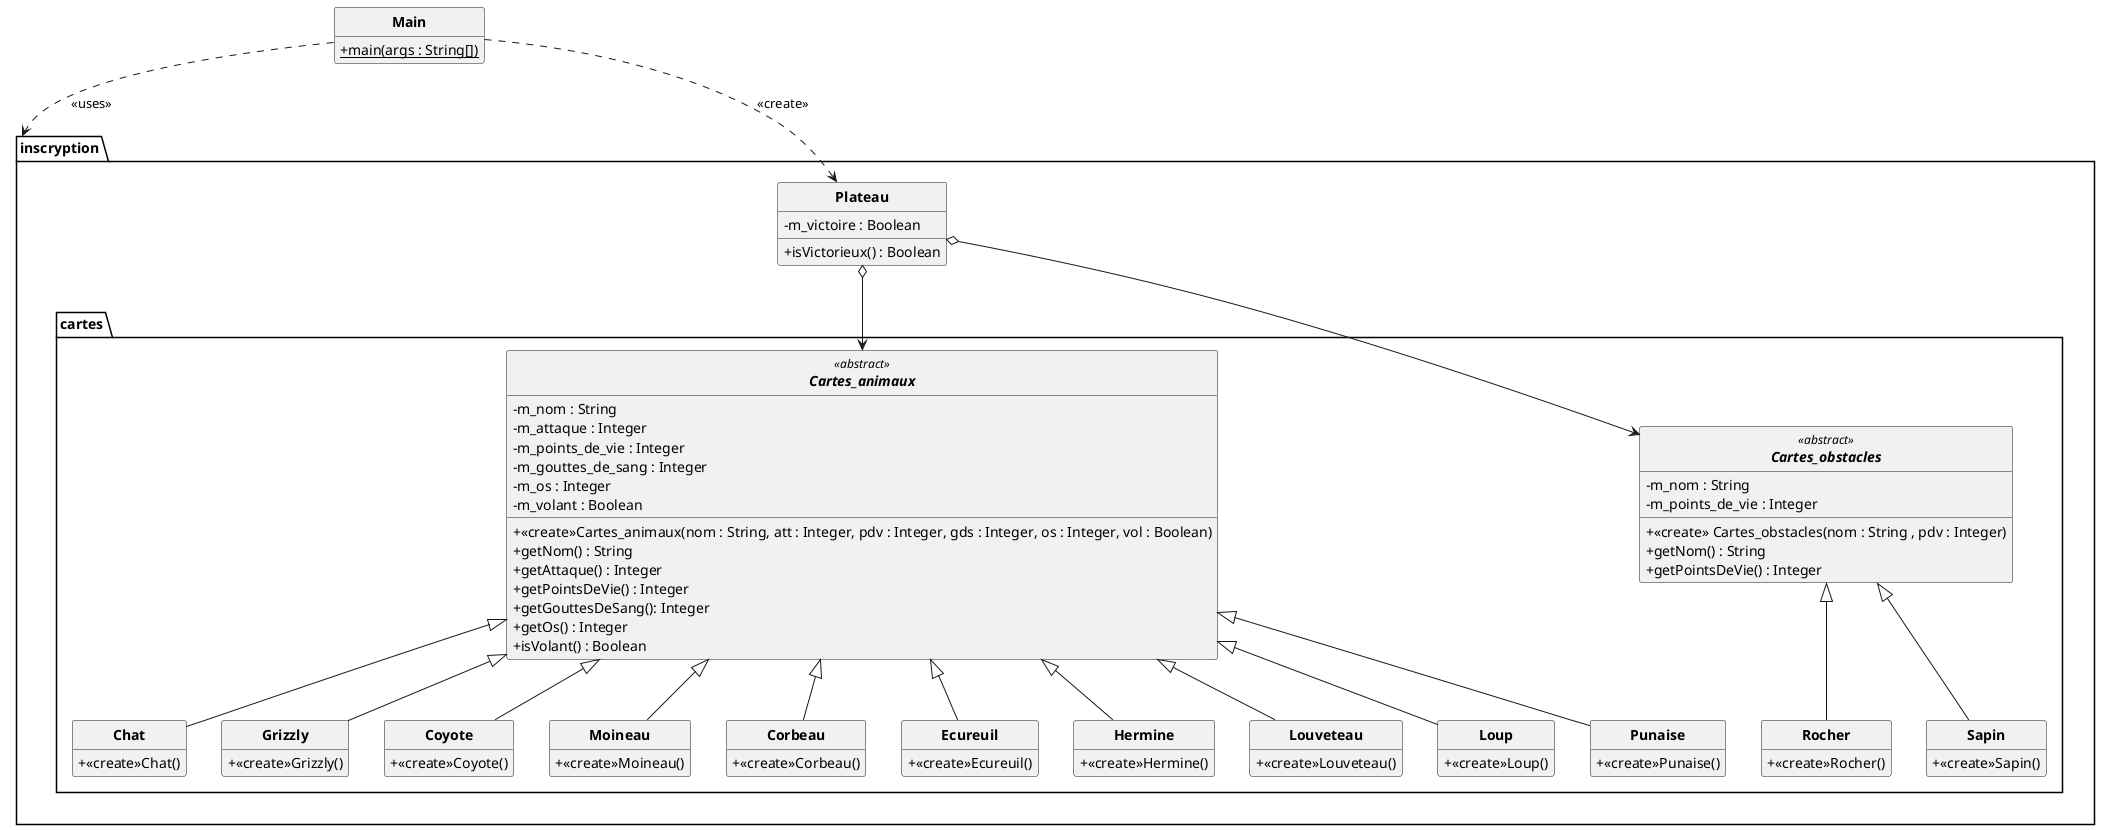
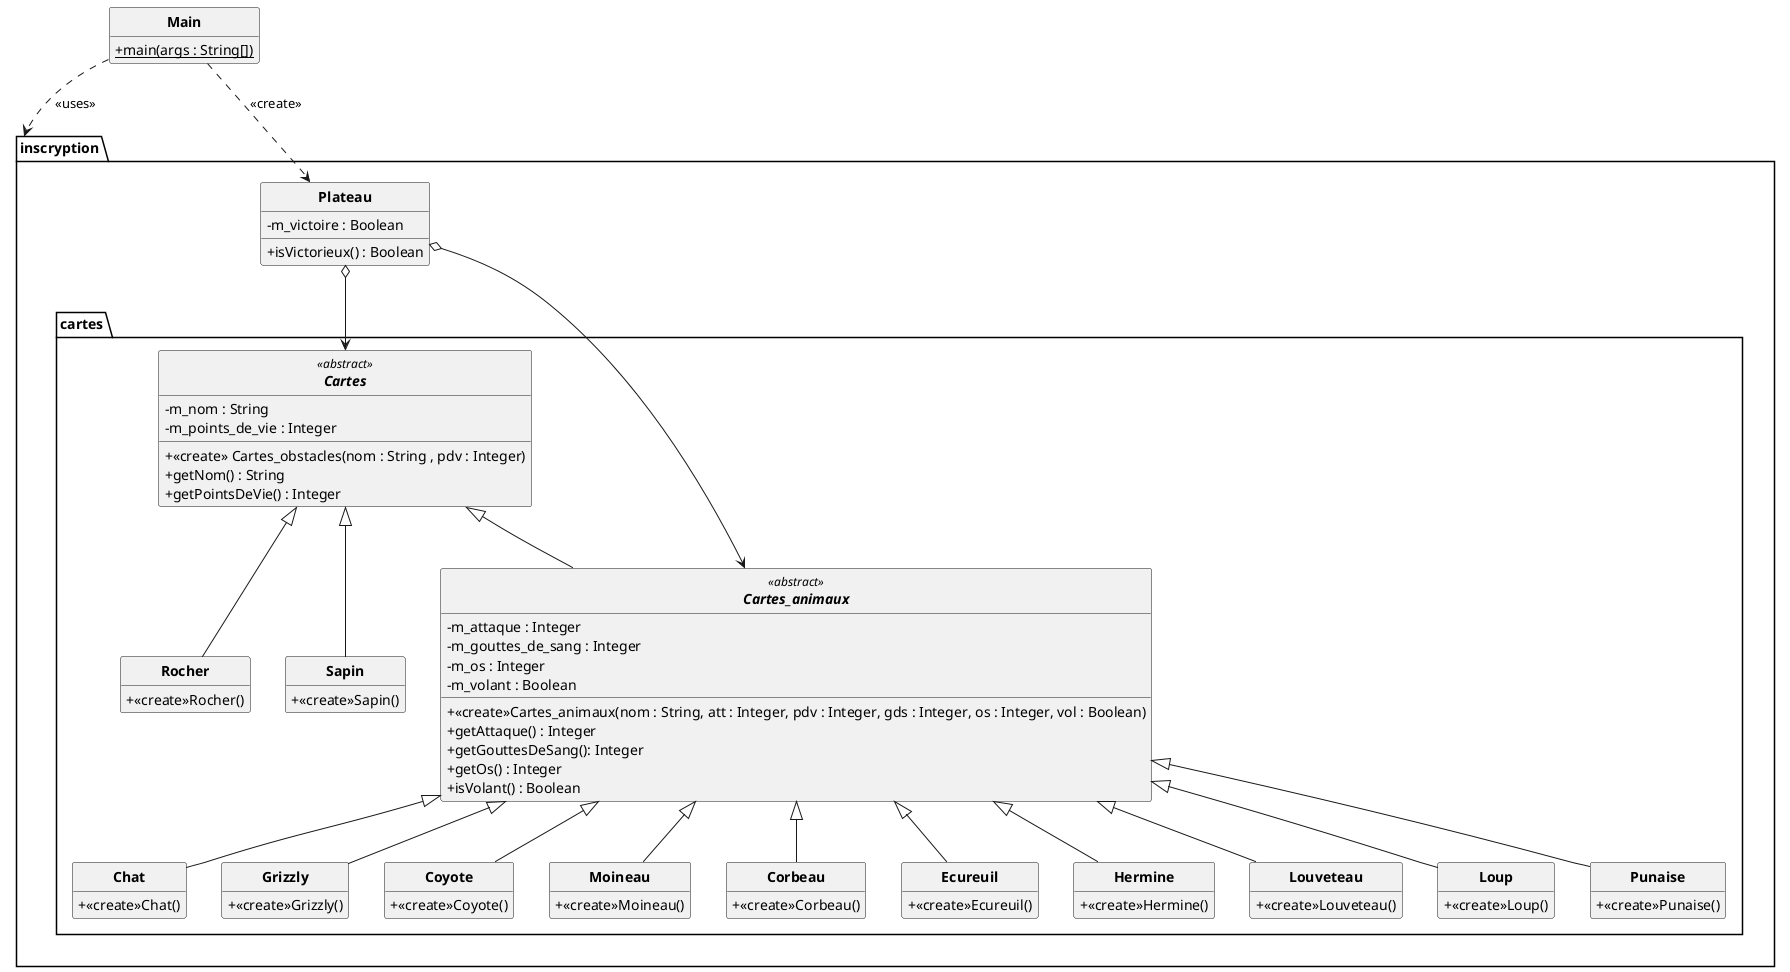
@startuml
'https://plantuml.com/class-diagram

skinparam classAttributeIconSize 0
skinparam classFontStyle Bold
skinparam style strictuml
hide empty members

class Main {
    +{static}main(args : String[])
}

package inscryption
{
    class Plateau {
        -m_victoire : Boolean
        +isVictorieux() : Boolean

    }

    package cartes {
-         abstract class Cartes_animaux <<abstract>>{
-         -m_nom : String
+ 
+         abstract class Cartes <<abstract>>{
+             -m_nom : String
+             -m_points_de_vie : Integer
+             +<<create>> Cartes_obstacles(nom : String , pdv : Integer)
+             +getNom() : String
+             +getPointsDeVie() : Integer
+ 
+         }
+ 
+         abstract class Cartes_animaux<<abstract>> extends Cartes{
        -m_attaque : Integer
-         -m_points_de_vie : Integer
        -m_gouttes_de_sang : Integer
        -m_os : Integer
        -m_volant : Boolean
        +<<create>>Cartes_animaux(nom : String, att : Integer, pdv : Integer, gds : Integer, os : Integer, vol : Boolean)
-         +getNom() : String
        +getAttaque() : Integer
-         +getPointsDeVie() : Integer
        +getGouttesDeSang(): Integer
        +getOs() : Integer
        +isVolant() : Boolean
-         }
-         abstract class Cartes_obstacles <<abstract>>{
-         -m_nom : String
-         -m_points_de_vie : Integer
-         +<<create>> Cartes_obstacles(nom : String , pdv : Integer)
-         +getNom() : String
-         +getPointsDeVie() : Integer
        }
        class Chat extends Cartes_animaux{
            +<<create>>Chat()
        }
        class Grizzly extends Cartes_animaux{
            +<<create>>Grizzly()
        }
        class Coyote extends Cartes_animaux{
            +<<create>>Coyote()
        }
        class Moineau extends Cartes_animaux{
            +<<create>>Moineau()
        }
        class Corbeau extends Cartes_animaux{
            +<<create>>Corbeau()
        }
        class Ecureuil extends Cartes_animaux{
            +<<create>>Ecureuil()
        }
        class Hermine extends Cartes_animaux{
            +<<create>>Hermine()
        }
        class Louveteau extends Cartes_animaux{
            +<<create>>Louveteau()
        }
        class Loup extends Cartes_animaux{
            +<<create>>Loup()
        }
        class Punaise extends Cartes_animaux{
            +<<create>>Punaise()
        }
-         class Rocher extends Cartes_obstacles{
+         class Rocher extends Cartes{
            +<<create>>Rocher()
        }
-         class Sapin extends Cartes_obstacles{
+         class Sapin extends Cartes{
            +<<create>>Sapin()
        }
    }
}


Plateau o--> Cartes_animaux
- Plateau o--> Cartes_obstacles
+ Plateau o--> Cartes
Main .-> Plateau : <<create>>
Main .-> inscryption : <<uses>>
@enduml